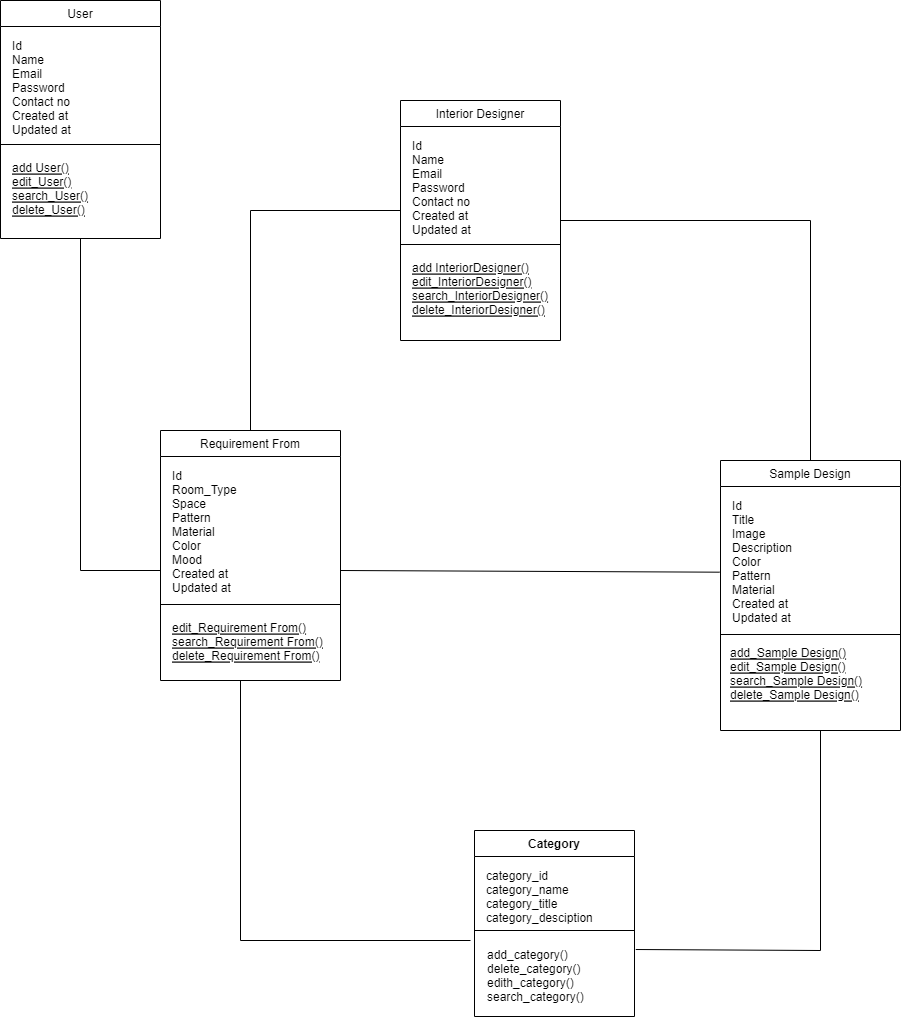
Earlier version of the draw.io export Class Diagram.drawio.png (Tayyba-Dev/Interior-Recommendation). Source tidied: cells renumbered, new cells last; positions are measured from the earlier drawing's top-left corner, leaving out a move shared by most shapes.
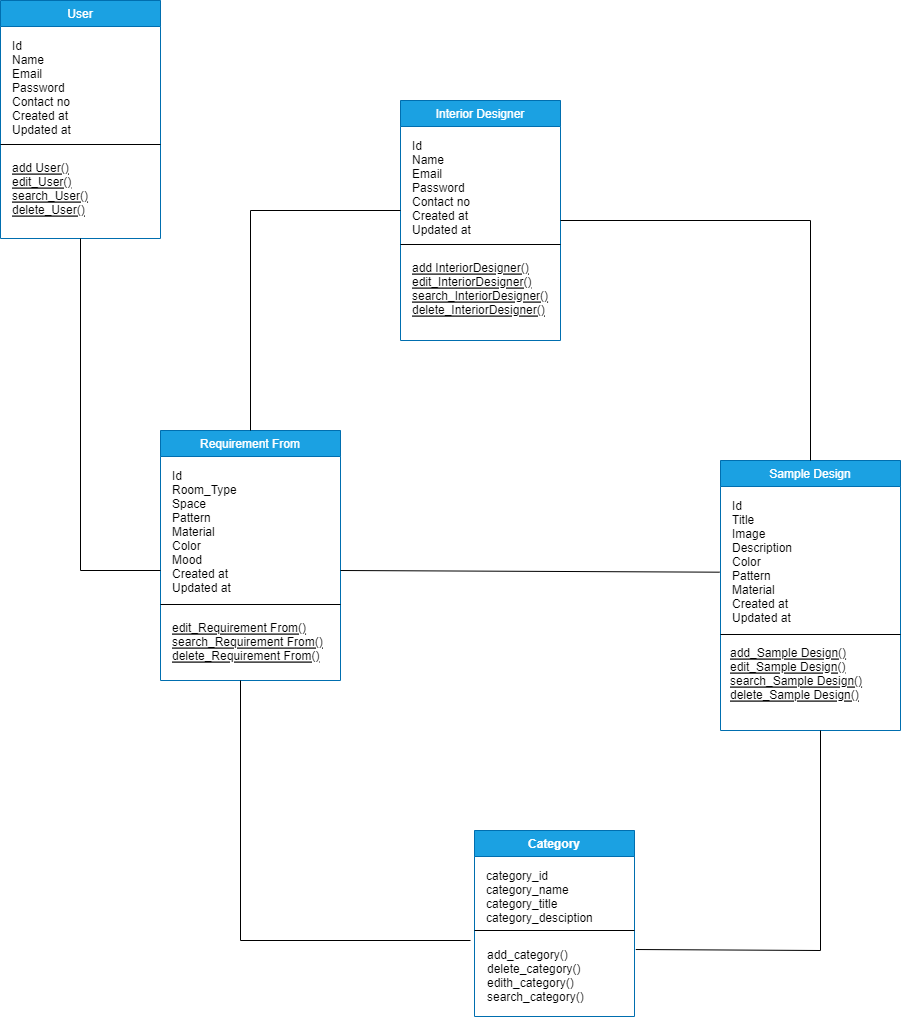
After the commit.

Change to the diagram source:
```diff
@@ -2,7 +2,7 @@
   <root>
     <mxCell id="0" />
     <mxCell id="1" parent="0" />
-    <mxCell id="2" value="User" style="swimlane;fontStyle=0;align=center;verticalAlign=top;horizontal=1;startSize=26;rounded=0;shadow=0;strokeWidth=1;" parent="1" vertex="1">
+    <mxCell id="2" value="User" style="swimlane;fontStyle=0;align=center;verticalAlign=top;horizontal=1;startSize=26;rounded=0;shadow=0;strokeWidth=1;fillColor=#1ba1e2;strokeColor=#006EAF;fontColor=#ffffff;" parent="1" vertex="1">
       <mxGeometry width="160" height="238" as="geometry" />
     </mxCell>
     <mxCell id="3" value="Id&#10;Name &#10;Email&#10;Password&#10;Contact no&#10;Created at&#10;Updated at" style="text;align=left;verticalAlign=top;spacingLeft=4;spacingRight=4;overflow=hidden;rounded=0;shadow=0;html=0;spacing=8;" parent="2" vertex="1">
@@ -14,7 +14,7 @@
     <mxCell id="5" value="add User()&#10;edit_User()&#10;search_User()&#10;delete_User()" style="text;align=left;verticalAlign=top;spacingLeft=4;spacingRight=4;overflow=hidden;fontStyle=4;spacing=8;" parent="2" vertex="1">
       <mxGeometry y="148" width="160" height="72" as="geometry" />
     </mxCell>
-    <mxCell id="6" value="Interior Designer" style="swimlane;fontStyle=0;align=center;verticalAlign=top;horizontal=1;startSize=26;rounded=0;shadow=0;strokeWidth=1;" parent="1" vertex="1">
+    <mxCell id="6" value="Interior Designer" style="swimlane;fontStyle=0;align=center;verticalAlign=top;horizontal=1;startSize=26;rounded=0;shadow=0;strokeWidth=1;fillColor=#1ba1e2;fontColor=#ffffff;strokeColor=#006EAF;" parent="1" vertex="1">
       <mxGeometry x="400" y="100" width="160" height="240" as="geometry" />
     </mxCell>
     <mxCell id="7" value="Id&#10;Name &#10;Email&#10;Password&#10;Contact no&#10;Created at&#10;Updated at" style="text;align=left;verticalAlign=top;spacingLeft=4;spacingRight=4;overflow=hidden;rounded=0;shadow=0;html=0;spacing=8;" parent="6" vertex="1">
@@ -26,7 +26,7 @@
     <mxCell id="9" value="add InteriorDesigner()&#10;edit_InteriorDesigner()&#10;search_InteriorDesigner()&#10;delete_InteriorDesigner()" style="text;align=left;verticalAlign=top;spacingLeft=4;spacingRight=4;overflow=hidden;fontStyle=4;spacing=8;" parent="6" vertex="1">
       <mxGeometry y="148" width="160" height="72" as="geometry" />
     </mxCell>
-    <mxCell id="10" value="Sample Design" style="swimlane;fontStyle=0;align=center;verticalAlign=top;horizontal=1;startSize=26;rounded=0;shadow=0;strokeWidth=1;" parent="1" vertex="1">
+    <mxCell id="10" value="Sample Design" style="swimlane;fontStyle=0;align=center;verticalAlign=top;horizontal=1;startSize=26;rounded=0;shadow=0;strokeWidth=1;fillColor=#1ba1e2;fontColor=#ffffff;strokeColor=#006EAF;" parent="1" vertex="1">
       <mxGeometry x="720" y="460" width="180" height="270" as="geometry" />
     </mxCell>
     <mxCell id="11" value="Id&#10;Title&#10;Image&#10;Description&#10;Color&#10;Pattern&#10;Material&#10;Created at&#10;Updated at" style="text;align=left;verticalAlign=top;spacingLeft=4;spacingRight=4;overflow=hidden;points=[[0,0.5],[1,0.5]];portConstraint=eastwest;rounded=0;shadow=0;html=0;spacing=8;" parent="10" vertex="1">
@@ -38,7 +38,7 @@
     <mxCell id="13" value="add_Sample Design()&#10;edit_Sample Design()&#10;search_Sample Design()&#10;delete_Sample Design()" style="text;align=left;verticalAlign=middle;spacingLeft=4;spacingRight=0;overflow=hidden;fontStyle=4;spacingTop=-2;spacing=6;horizontal=1;" parent="10" vertex="1">
       <mxGeometry y="178" width="180" height="72" as="geometry" />
     </mxCell>
-    <mxCell id="14" value="Requirement From" style="swimlane;fontStyle=0;align=center;verticalAlign=top;horizontal=1;startSize=26;rounded=0;shadow=0;strokeWidth=1;" parent="1" vertex="1">
+    <mxCell id="14" value="Requirement From" style="swimlane;fontStyle=0;align=center;verticalAlign=top;horizontal=1;startSize=26;rounded=0;shadow=0;strokeWidth=1;fillColor=#1ba1e2;fontColor=#ffffff;strokeColor=#006EAF;" parent="1" vertex="1">
       <mxGeometry x="160" y="430" width="180" height="250" as="geometry" />
     </mxCell>
     <mxCell id="15" value="Id&#10;Room_Type&#10;Space&#10;Pattern&#10;Material&#10;Color&#10;Mood&#10;Created at&#10;Updated at" style="text;align=left;verticalAlign=top;spacingLeft=4;spacingRight=4;overflow=hidden;rounded=0;shadow=0;html=0;spacing=8;" parent="14" vertex="1">
@@ -50,7 +50,7 @@
     <mxCell id="17" value="edit_Requirement From()&#10;search_Requirement From()&#10;delete_Requirement From()" style="text;align=left;verticalAlign=top;spacingLeft=4;spacingRight=4;overflow=hidden;fontStyle=4;spacing=8;" parent="14" vertex="1">
       <mxGeometry y="178" width="180" height="72" as="geometry" />
     </mxCell>
-    <mxCell id="18" value="Category" style="swimlane;fontStyle=1;align=center;verticalAlign=top;horizontal=1;startSize=26;" parent="1" vertex="1">
+    <mxCell id="18" value="Category" style="swimlane;fontStyle=1;align=center;verticalAlign=top;horizontal=1;startSize=26;fillColor=#1ba1e2;fontColor=#ffffff;strokeColor=#006EAF;" parent="1" vertex="1">
       <mxGeometry x="474" y="830" width="160" height="186" as="geometry" />
     </mxCell>
     <mxCell id="19" value="category_id&#10;category_name&#10;category_title&#10;category_desciption&#10;" style="text;strokeColor=none;fillColor=none;align=left;verticalAlign=top;spacingLeft=4;spacingRight=4;overflow=hidden;spacing=8;" parent="18" vertex="1">
```
